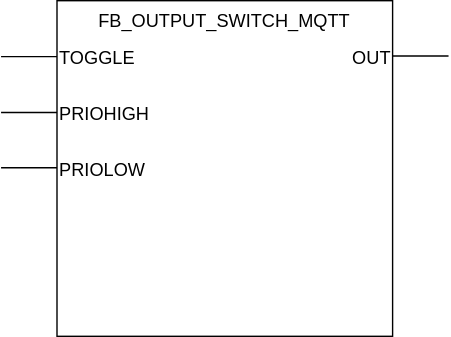
MichielVanwelsenaere/HomeAutomation.CoDeSys3 keeps this draw.io diagram as docs/_img/FB_OUTPUT_SWITCH_MQTT.svg. Above is the earlier version. Source tidied: cells renumbered, new cells last; positions are measured from the earlier drawing's top-left corner, leaving out a move shared by most shapes. Source of this version:
```xml
<mxGraphModel>
  <root>
    <mxCell id="0" />
    <mxCell id="1" parent="0" />
    <mxCell id="2" style="whiteSpace=wrap;html=1;" parent="1" vertex="1">
      <mxGeometry x="40" width="240" height="240" as="geometry" />
    </mxCell>
    <mxCell id="3" value="&lt;div&gt;&lt;span&gt;FB_OUTPUT_SWITCH_MQTT&lt;/span&gt;&lt;/div&gt;" style="text;html=1;align=center;fontSize=13;" parent="1" vertex="1">
      <mxGeometry x="55" width="210" height="30" as="geometry" />
    </mxCell>
    <mxCell id="4" style="endArrow=none;html=1;fontSize=13;" parent="1" edge="1">
      <mxGeometry relative="1" as="geometry">
        <mxPoint y="40" as="sourcePoint" />
        <mxPoint x="40" y="40" as="targetPoint" />
        <Array as="points">
          <mxPoint y="40" />
        </Array>
      </mxGeometry>
    </mxCell>
    <mxCell id="5" value="TOGGLE" style="text;html=1;strokeColor=none;fillColor=none;align=left;verticalAlign=middle;whiteSpace=wrap;rounded=0;fontSize=13;" parent="1" vertex="1">
      <mxGeometry x="40" y="30" width="80" height="20" as="geometry" />
    </mxCell>
    <mxCell id="6" style="endArrow=none;html=1;fontSize=13;" parent="1" edge="1">
      <mxGeometry relative="1" as="geometry">
        <mxPoint x="280" y="39.5" as="sourcePoint" />
        <mxPoint x="320" y="39.5" as="targetPoint" />
        <Array as="points">
          <mxPoint x="280" y="39.5" />
        </Array>
      </mxGeometry>
    </mxCell>
    <mxCell id="7" value="OUT" style="text;html=1;strokeColor=none;fillColor=none;align=right;verticalAlign=middle;whiteSpace=wrap;rounded=0;fontSize=13;" parent="1" vertex="1">
      <mxGeometry x="200" y="30" width="80" height="20" as="geometry" />
    </mxCell>
    <mxCell id="8" style="endArrow=none;html=1;fontSize=13;" parent="1" edge="1">
      <mxGeometry relative="1" as="geometry">
        <mxPoint y="80" as="sourcePoint" />
        <mxPoint x="40" y="80" as="targetPoint" />
        <Array as="points">
          <mxPoint y="80" />
        </Array>
      </mxGeometry>
    </mxCell>
    <mxCell id="9" style="endArrow=none;html=1;fontSize=13;" parent="1" edge="1">
      <mxGeometry relative="1" as="geometry">
        <mxPoint y="119.5" as="sourcePoint" />
        <mxPoint x="40" y="119.5" as="targetPoint" />
        <Array as="points">
          <mxPoint y="119.5" />
          <mxPoint x="20" y="119.5" />
        </Array>
      </mxGeometry>
    </mxCell>
    <mxCell id="10" value="PRIOHIGH" style="text;html=1;strokeColor=none;fillColor=none;align=left;verticalAlign=middle;whiteSpace=wrap;rounded=0;fontSize=13;" parent="1" vertex="1">
      <mxGeometry x="40" y="70" width="80" height="20" as="geometry" />
    </mxCell>
    <mxCell id="11" value="PRIOLOW" style="text;html=1;strokeColor=none;fillColor=none;align=left;verticalAlign=middle;whiteSpace=wrap;rounded=0;fontSize=13;" parent="1" vertex="1">
      <mxGeometry x="40" y="110" width="80" height="20" as="geometry" />
    </mxCell>
  </root>
</mxGraphModel>
```
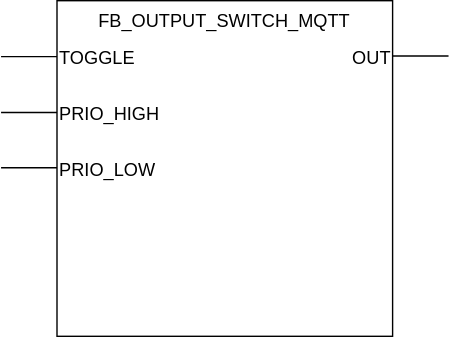
Above is the later version.

What changed in the source:
```diff
@@ -51,10 +51,10 @@
         </Array>
       </mxGeometry>
     </mxCell>
-    <mxCell id="10" value="PRIOHIGH" style="text;html=1;strokeColor=none;fillColor=none;align=left;verticalAlign=middle;whiteSpace=wrap;rounded=0;fontSize=13;" parent="1" vertex="1">
+    <mxCell id="10" value="PRIO_HIGH" style="text;html=1;strokeColor=none;fillColor=none;align=left;verticalAlign=middle;whiteSpace=wrap;rounded=0;fontSize=13;" parent="1" vertex="1">
       <mxGeometry x="40" y="70" width="80" height="20" as="geometry" />
     </mxCell>
-    <mxCell id="11" value="PRIOLOW" style="text;html=1;strokeColor=none;fillColor=none;align=left;verticalAlign=middle;whiteSpace=wrap;rounded=0;fontSize=13;" parent="1" vertex="1">
+    <mxCell id="11" value="PRIO_LOW" style="text;html=1;strokeColor=none;fillColor=none;align=left;verticalAlign=middle;whiteSpace=wrap;rounded=0;fontSize=13;" parent="1" vertex="1">
       <mxGeometry x="40" y="110" width="80" height="20" as="geometry" />
     </mxCell>
   </root>
```
